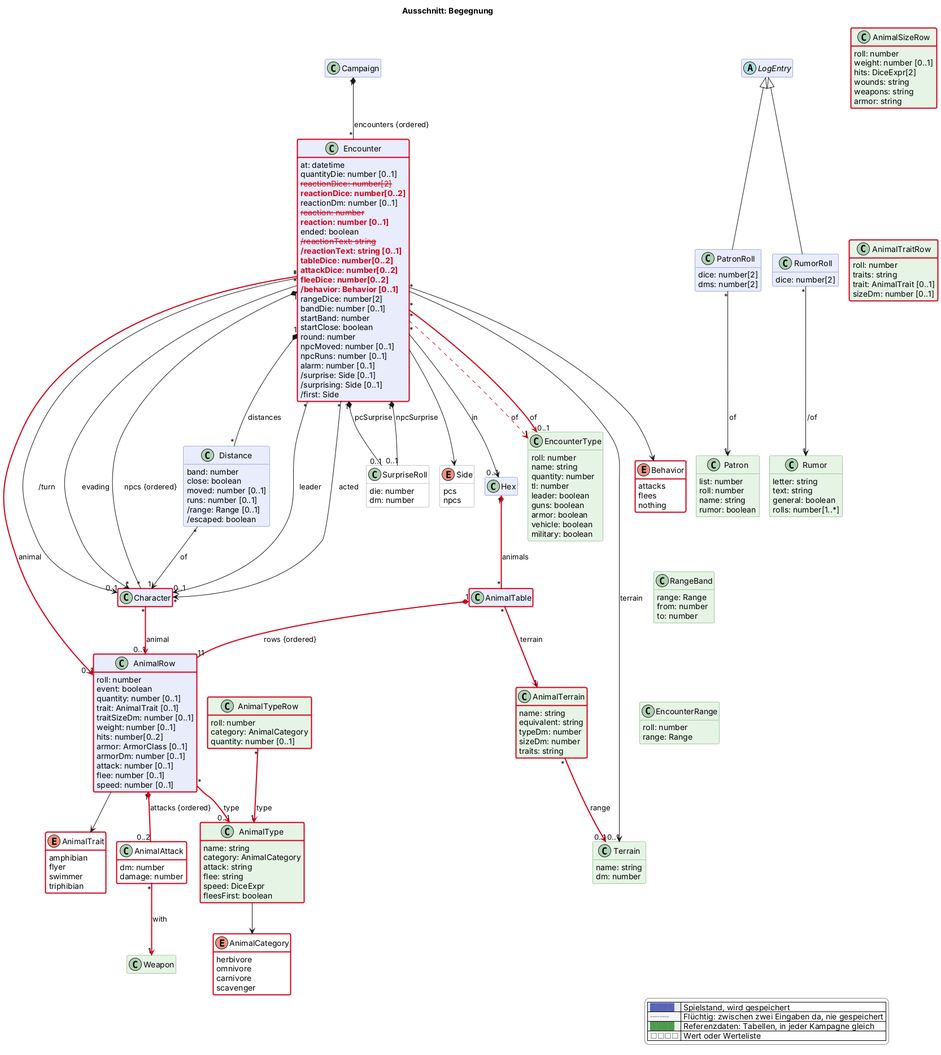
This is docs/views/begegnung.png from scuzzar/SRE, a PlantUML export, as it was before one commit.
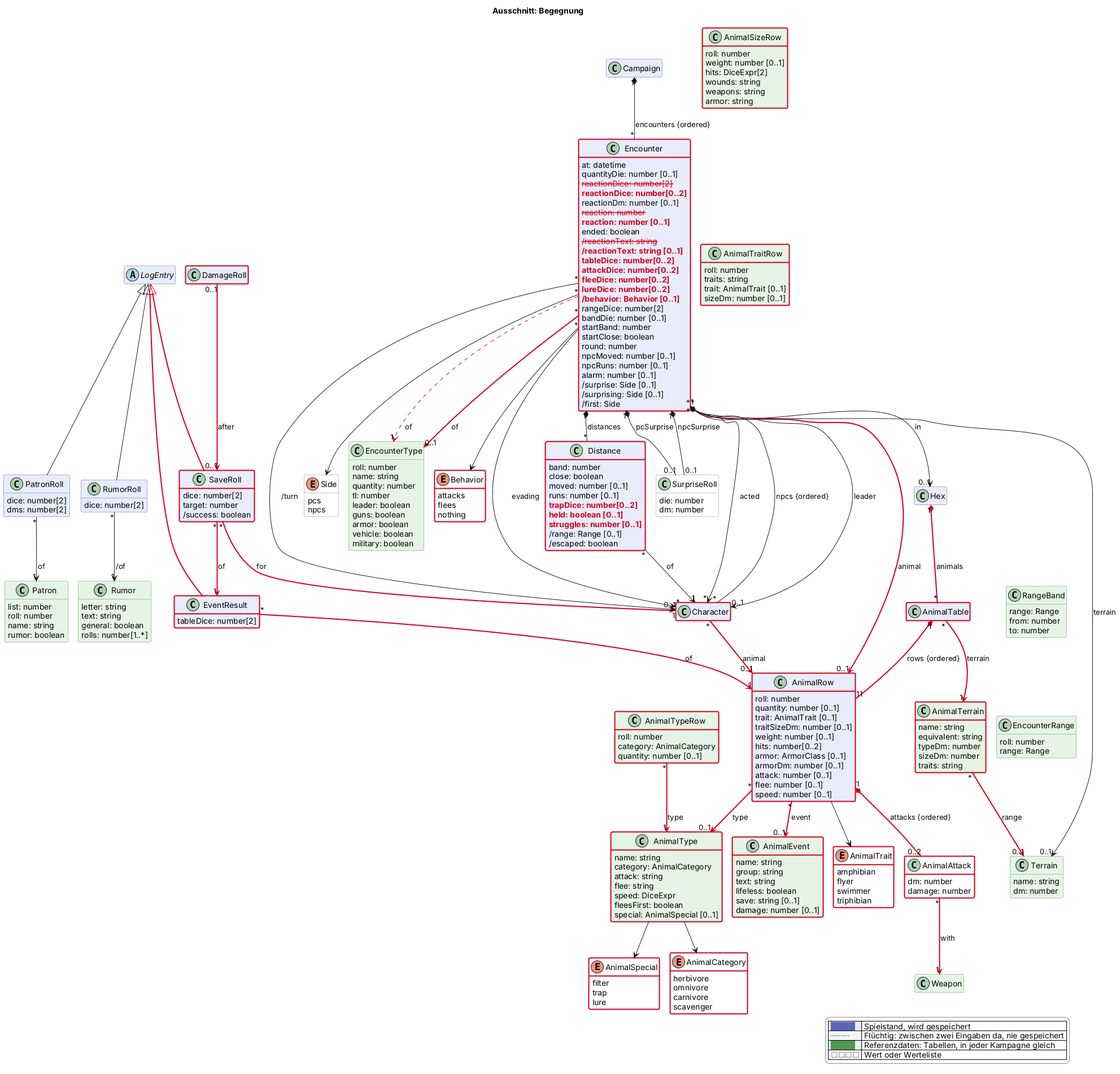
After the change.

Change to the diagram source:
```diff
@@ -80,7 +80,16 @@
   class RumorRoll $begegnung {
     dice: number[2]
   }
+  class EventResult $begegnung $newClass("2026-11-12c") {
+    tableDice: number[2]
+  }
+  class SaveRoll $begegnung $newClass("2026-11-12c") {
+    dice: number[2]
+    target: number
+    /success: boolean
+  }
 
+  class DamageRoll $kampf
   class Encounter $begegnung {
     at: datetime
     quantityDie: number [0..1]
@@ -95,6 +104,7 @@
     $new("2026-11-12c", "tableDice: number[0..2]")
     $new("2026-11-12c", "attackDice: number[0..2]")
     $new("2026-11-12c", "fleeDice: number[0..2]")
+    $new("2026-11-12c", "lureDice: number[0..2]")
     $new("2026-11-12c", "/behavior: Behavior [0..1]")
     rangeDice: number[2]
     bandDie: number [0..1]
@@ -113,6 +123,9 @@
     close: boolean
     moved: number [0..1]
     runs: number [0..1]
+    $new("2026-11-12c", "trapDice: number[0..2]")
+    $new("2026-11-12c", "held: boolean [0..1]")
+    $new("2026-11-12c", "struggles: number [0..1]")
     /range: Range [0..1]
     /escaped: boolean
   }
@@ -158,7 +171,6 @@
   }
   class AnimalRow $begegnung $newClass("2026-11-12c") {
     roll: number
-    event: boolean
     quantity: number [0..1]
     trait: AnimalTrait [0..1]
     traitSizeDm: number [0..1]
@@ -205,6 +217,20 @@
     flee: string
     speed: DiceExpr
     fleesFirst: boolean
+    special: AnimalSpecial [0..1]
+  }
+  enum AnimalSpecial <<value>> $begegnung $newClass("2026-11-12c") {
+    filter
+    trap
+    lure
+  }
+  class AnimalEvent <<reference>> $begegnung $newClass("2026-11-12c") {
+    name: string
+    group: string
+    text: string
+    lifeless: boolean
+    save: string [0..1]
+    damage: number [0..1]
   }
   class AnimalTypeRow <<reference>> $begegnung $newClass("2026-11-12c") {
     roll: number
@@ -255,6 +281,14 @@
 AnimalTable "*" -$newArrow("2026-11-12c")-> "1" AnimalTerrain : terrain
 AnimalTable "1" *-$newArrow("2026-11-12c")- "11" AnimalRow : rows {ordered}
 AnimalRow "*" -$newArrow("2026-11-12c")-> "0..1" AnimalType : type
+AnimalRow "*" -$newArrow("2026-11-12c")-> "0..1" AnimalEvent : event
+AnimalType --> AnimalSpecial
+LogEntry <|-$newArrow("2026-11-12c")- EventResult
+EventResult "*" -$newArrow("2026-11-12c")-> "1" AnimalRow : of
+LogEntry <|-$newArrow("2026-11-12c")- SaveRoll
+SaveRoll "*" -$newArrow("2026-11-12c")-> "1" Character : for
+SaveRoll "*" -$newArrow("2026-11-12c")-> "1" EventResult : of
+DamageRoll "0..1" -$newArrow("2026-11-12c")-> "0..1" SaveRoll : after
 AnimalRow "1" *-$newArrow("2026-11-12c")- "0..2" AnimalAttack : attacks {ordered}
 AnimalAttack "*" -$newArrow("2026-11-12c")-> "1" Weapon : with
 AnimalRow --> AnimalTrait
@@ -288,5 +322,7 @@
   |<#ffffff> <color:#8a8a8a>□□□□</color> | Wert oder Werteliste |
 endlegend
 class Character #line:d0021b;line.bold
+class DamageRoll #line:d0021b;line.bold
 class Encounter #line:d0021b;line.bold
+class Distance #line:d0021b;line.bold
 @enduml
```
